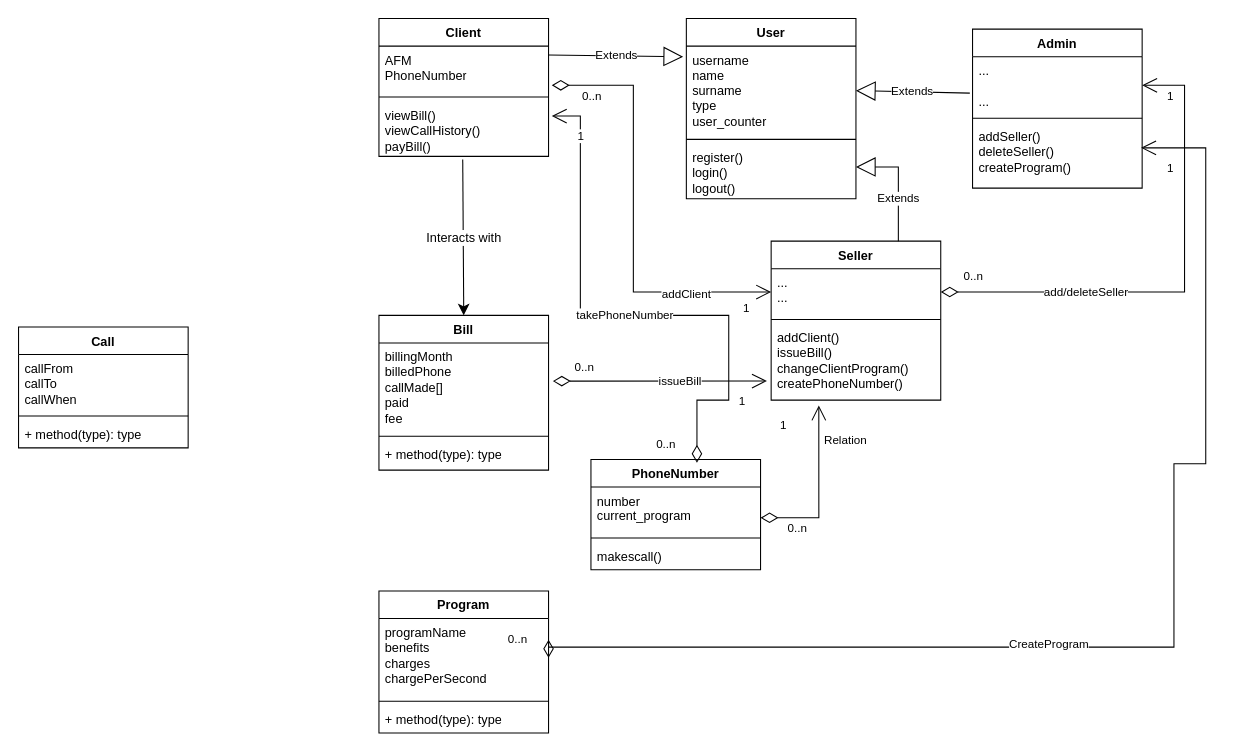
Earlier version of the draw.io diagram Diagram.drawio (dimitry-lzs/webProgramming). Source tidied: cells renumbered, new cells numbered last; positions are measured from the earlier drawing's top-left corner, leaving out a move shared by most shapes. Both pictures are drawn from the tidied source at 106%, with x=0, y=0 at pixel (18, 18).
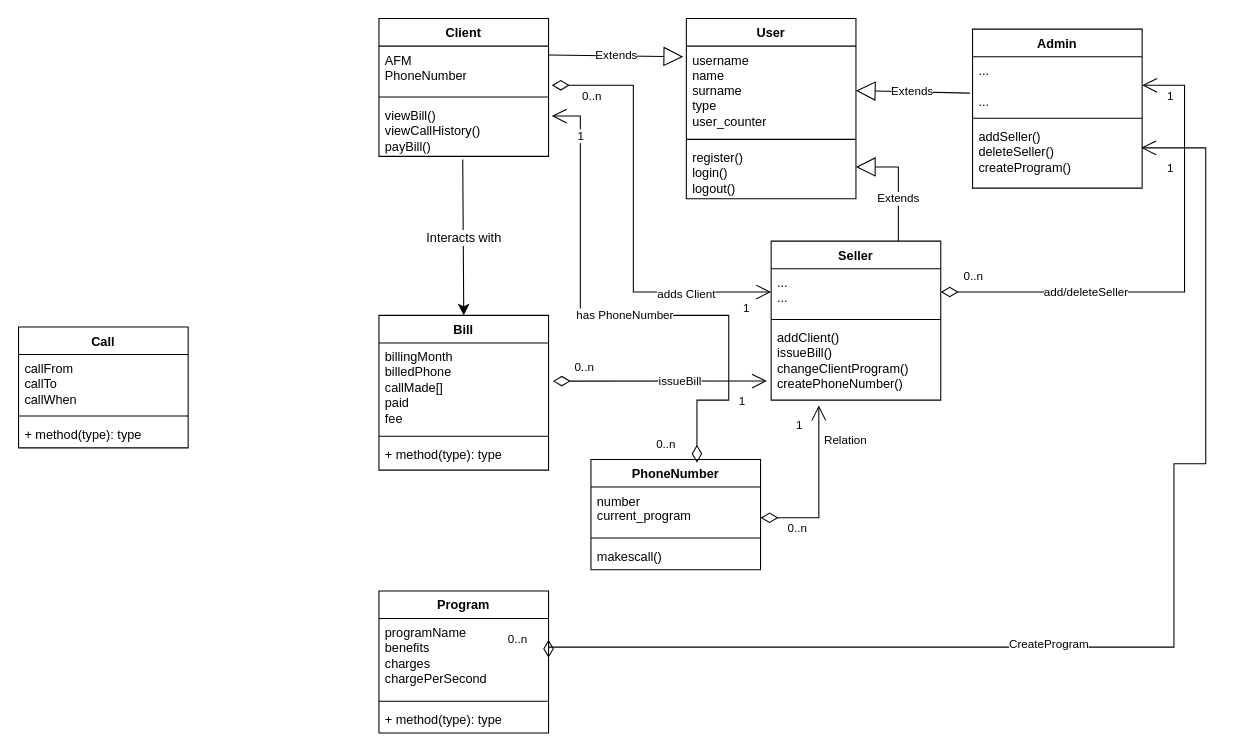
After the change.

The change refers to these unchanged cells:
```xml
<mxCell id="11" value="AFM&lt;div&gt;PhoneNumber&lt;/div&gt;&lt;div&gt;&lt;br&gt;&lt;/div&gt;" style="text;strokeColor=none;fillColor=none;align=left;verticalAlign=top;spacingLeft=4;spacingRight=4;overflow=hidden;points=[[0,0.5],[1,0.5]];portConstraint=eastwest;whiteSpace=wrap;html=1;" parent="10" vertex="1">
  <mxGeometry y="26" width="160" height="44" as="geometry" />
</mxCell>
<mxCell id="13" value="viewBill()&lt;div&gt;viewCallHistory()&lt;/div&gt;&lt;div&gt;payBill()&lt;/div&gt;" style="text;strokeColor=none;fillColor=none;align=left;verticalAlign=top;spacingLeft=4;spacingRight=4;overflow=hidden;points=[[0,0.5],[1,0.5]];portConstraint=eastwest;whiteSpace=wrap;html=1;" parent="10" vertex="1">
  <mxGeometry y="78" width="160" height="52" as="geometry" />
</mxCell>
<mxCell id="15" value="...&lt;div&gt;...&lt;/div&gt;" style="text;strokeColor=none;fillColor=none;align=left;verticalAlign=top;spacingLeft=4;spacingRight=4;overflow=hidden;points=[[0,0.5],[1,0.5]];portConstraint=eastwest;whiteSpace=wrap;html=1;" parent="14" vertex="1">
  <mxGeometry y="26" width="160" height="44" as="geometry" />
</mxCell>
<mxCell id="21" value="PhoneNumber" style="swimlane;fontStyle=1;align=center;verticalAlign=top;horizontal=1;startSize=26;whiteSpace=wrap;html=1;" parent="1" vertex="1">
  <mxGeometry x="540" y="416" width="160" height="104" as="geometry" />
</mxCell>
<mxCell id="43" value="Relation" style="endArrow=open;html=1;endSize=12;startArrow=diamondThin;startSize=14;startFill=0;edgeStyle=orthogonalEdgeStyle;rounded=0;exitX=1;exitY=0.659;exitDx=0;exitDy=0;entryX=0.281;entryY=1.069;entryDx=0;entryDy=0;exitPerimeter=0;entryPerimeter=0;" parent="1" edge="1" source="22" target="17">
  <mxGeometry x="0.59" y="-25" relative="1" as="geometry">
    <Array as="points">
      <mxPoint x="755" y="471" />
    </Array>
  </mxGeometry>
</mxCell>
```

Change to the diagram source:
```diff
@@
-    <mxCell id="40" value="addClient" style="endArrow=open;html=1;endSize=12;startArrow=diamondThin;startSize=14;startFill=0;edgeStyle=orthogonalEdgeStyle;rounded=0;entryX=0;entryY=0.5;entryDx=0;entryDy=0;exitX=1.019;exitY=0.841;exitDx=0;exitDy=0;exitPerimeter=0;" parent="1" edge="1" source="11" target="15">
+    <mxCell id="40" value="adds Client" style="endArrow=open;html=1;endSize=12;startArrow=diamondThin;startSize=14;startFill=0;edgeStyle=orthogonalEdgeStyle;rounded=0;entryX=0;entryY=0.5;entryDx=0;entryDy=0;exitX=1.019;exitY=0.841;exitDx=0;exitDy=0;exitPerimeter=0;" parent="1" edge="1" source="11" target="15">
       <mxGeometry x="0.6" y="-2" relative="1" as="geometry">
         <Array as="points">
           <mxPoint x="580" y="63" />
           <mxPoint x="580" y="258" />
         </Array>
       </mxGeometry>
     </mxCell>
@@
     <mxCell id="45" value="1" style="edgeLabel;html=1;align=right;verticalAlign=top;" parent="43" vertex="1">
       <mxGeometry x="1" relative="1" as="geometry">
-        <mxPoint x="-30" y="6" as="offset" />
+        <mxPoint x="-15" y="6" as="offset" />
       </mxGeometry>
     </mxCell>
@@
-    <mxCell id="54" value="takePhoneNumber" style="endArrow=open;html=1;endSize=12;startArrow=diamondThin;startSize=14;startFill=0;edgeStyle=orthogonalEdgeStyle;rounded=0;entryX=1.019;entryY=0.269;entryDx=0;entryDy=0;entryPerimeter=0;exitX=0.625;exitY=0.029;exitDx=0;exitDy=0;exitPerimeter=0;" parent="1" edge="1" source="21" target="13">
+    <mxCell id="54" value="has PhoneNumber" style="endArrow=open;html=1;endSize=12;startArrow=diamondThin;startSize=14;startFill=0;edgeStyle=orthogonalEdgeStyle;rounded=0;entryX=1.019;entryY=0.269;entryDx=0;entryDy=0;entryPerimeter=0;exitX=0.625;exitY=0.029;exitDx=0;exitDy=0;exitPerimeter=0;" parent="1" edge="1" source="21" target="13">
       <mxGeometry x="0.02" relative="1" as="geometry">
         <Array as="points">
           <mxPoint x="640" y="360" />
           <mxPoint x="670" y="360" />
           <mxPoint x="670" y="280" />
           <mxPoint x="530" y="280" />
           <mxPoint x="530" y="92" />
         </Array>
       </mxGeometry>
     </mxCell>
```
